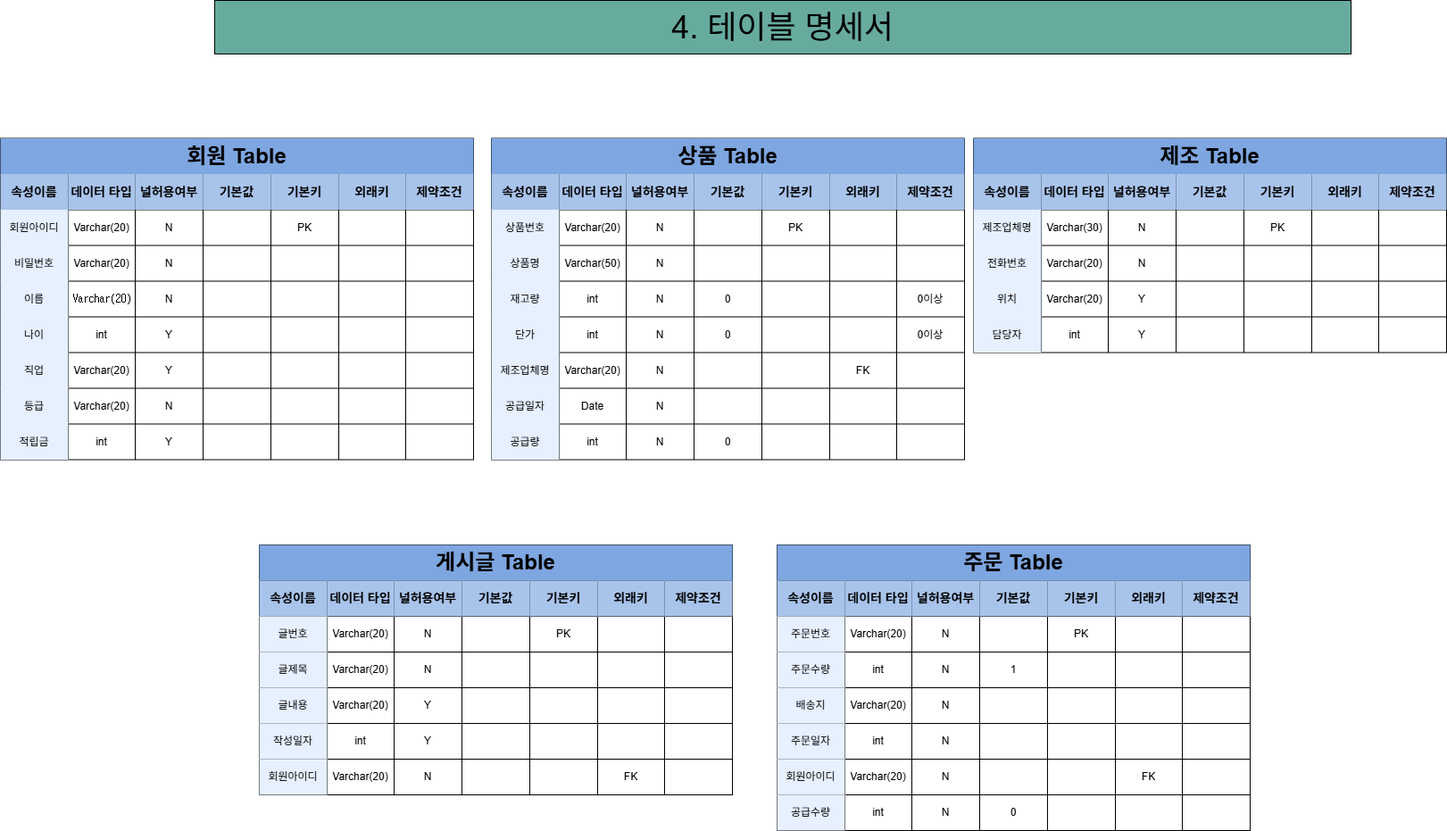
The draw.io diagram 한빛마트 온라인몰_4.테이블 설계.drawio.png in hazyala/DB_2025_2, before a commit. Source tidied: cells renumbered, new cells last; positions are measured from the earlier drawing's top-left corner, leaving out a move shared by most shapes.
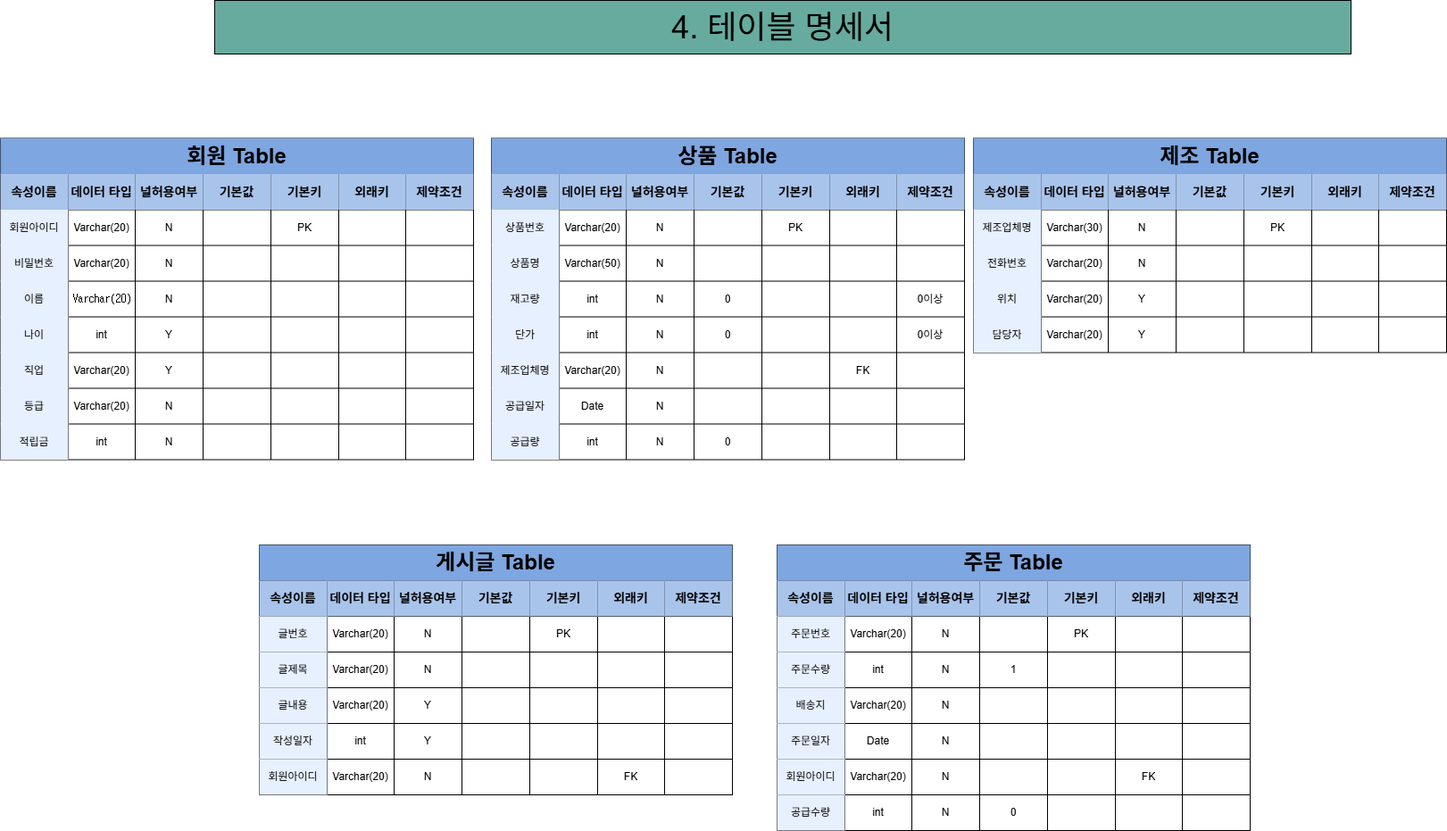
After the change.

Commit message:
한빛마트 온라인몰_4.테이블 설계.drawio.png이 추가되었습니다.

What changed in the source:
```diff
@@ -191,7 +191,7 @@
     <mxCell id="64" value="int" style="shape=partialRectangle;html=1;whiteSpace=wrap;strokeColor=inherit;overflow=hidden;fillColor=none;top=0;left=0;bottom=0;right=0;" parent="62" vertex="1">
       <mxGeometry x="76" width="75" height="40" as="geometry" />
     </mxCell>
-    <mxCell id="65" value="Y" style="shape=partialRectangle;html=1;whiteSpace=wrap;strokeColor=inherit;overflow=hidden;fillColor=none;top=0;left=0;bottom=0;right=0;" parent="62" vertex="1">
+    <mxCell id="65" value="N" style="shape=partialRectangle;html=1;whiteSpace=wrap;strokeColor=inherit;overflow=hidden;fillColor=none;top=0;left=0;bottom=0;right=0;" parent="62" vertex="1">
       <mxGeometry x="151" width="76" height="40" as="geometry" />
     </mxCell>
     <mxCell id="66" style="shape=partialRectangle;html=1;whiteSpace=wrap;strokeColor=inherit;overflow=hidden;fillColor=none;top=0;left=0;bottom=0;right=0;" parent="62" vertex="1">
@@ -518,7 +518,7 @@
     <mxCell id="173" value="담당자" style="shape=partialRectangle;html=1;whiteSpace=wrap;strokeColor=inherit;overflow=hidden;fillColor=#E7F0FF;top=0;left=0;bottom=0;right=0;" parent="172" vertex="1">
       <mxGeometry width="76" height="40" as="geometry" />
     </mxCell>
-    <mxCell id="174" value="int" style="shape=partialRectangle;html=1;whiteSpace=wrap;strokeColor=inherit;overflow=hidden;fillColor=none;top=0;left=0;bottom=0;right=0;" parent="172" vertex="1">
+    <mxCell id="174" value="Varchar(20)" style="shape=partialRectangle;html=1;whiteSpace=wrap;strokeColor=inherit;overflow=hidden;fillColor=none;top=0;left=0;bottom=0;right=0;" parent="172" vertex="1">
       <mxGeometry x="76" width="75" height="40" as="geometry" />
     </mxCell>
     <mxCell id="175" value="Y" style="shape=partialRectangle;html=1;whiteSpace=wrap;strokeColor=inherit;overflow=hidden;fillColor=none;top=0;left=0;bottom=0;right=0;" parent="172" vertex="1">
@@ -800,7 +800,7 @@
     <mxCell id="267" value="주문일자" style="shape=partialRectangle;html=1;whiteSpace=wrap;strokeColor=inherit;overflow=hidden;fillColor=#E7F0FF;top=0;left=0;bottom=0;right=0;" parent="266" vertex="1">
       <mxGeometry width="76" height="40" as="geometry" />
     </mxCell>
-    <mxCell id="268" value="int" style="shape=partialRectangle;html=1;whiteSpace=wrap;strokeColor=inherit;overflow=hidden;fillColor=none;top=0;left=0;bottom=0;right=0;" parent="266" vertex="1">
+    <mxCell id="268" value="Date" style="shape=partialRectangle;html=1;whiteSpace=wrap;strokeColor=inherit;overflow=hidden;fillColor=none;top=0;left=0;bottom=0;right=0;" parent="266" vertex="1">
       <mxGeometry x="76" width="75" height="40" as="geometry" />
     </mxCell>
     <mxCell id="269" value="N" style="shape=partialRectangle;html=1;whiteSpace=wrap;strokeColor=inherit;overflow=hidden;fillColor=none;top=0;left=0;bottom=0;right=0;" parent="266" vertex="1">
```
